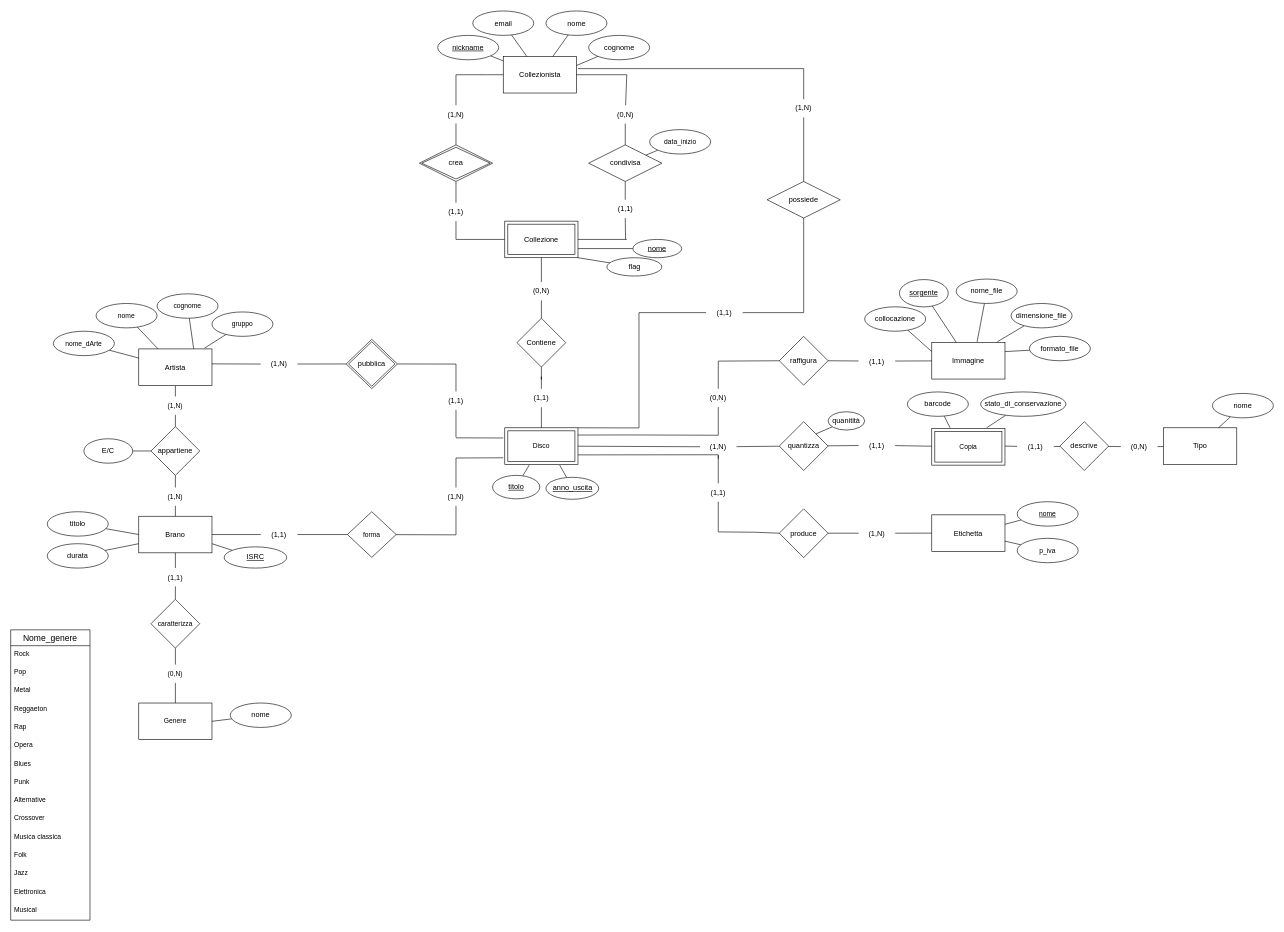
Above: page "Ristrutturato" (2 of 2) of Collectors_ER.drawio in jessvzz/progetto_collezionisti (draw.io), before the change. Source tidied: cells renumbered, new cells numbered last; positions are measured from the earlier drawing's top-left corner, leaving out a move shared by most shapes. Both pictures are drawn from the tidied source at 61%, with x=0, y=0 at pixel (10, 11).
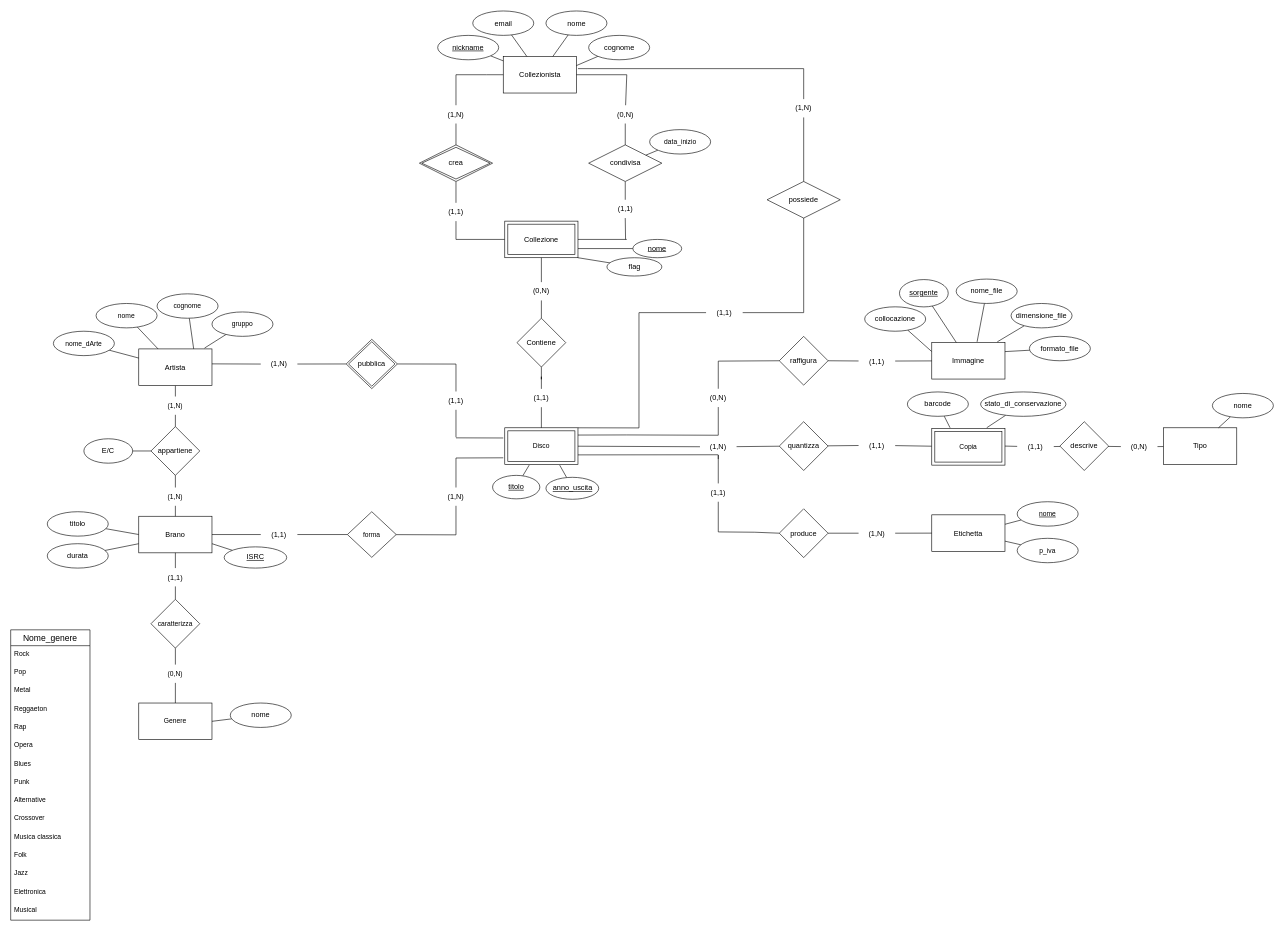
After the change.

Unchanged cells that the change refers to:
```xml
<mxCell id="90" value="quantizza" style="rhombus;whiteSpace=wrap;html=1;rounded=0;" parent="1" vertex="1">
  <mxGeometry x="1260" y="672.8" width="80" height="80" as="geometry" />
</mxCell>
```

What changed in the source:
```diff
@@
-    <mxCell id="92" style="edgeStyle=none;shape=connector;rounded=0;sketch=0;jettySize=auto;html=1;entryX=1;entryY=0;entryDx=0;entryDy=0;shadow=0;labelBackgroundColor=default;strokeColor=default;fontFamily=Helvetica;fontSize=11;fontColor=default;endArrow=none;endFill=0;elbow=vertical;" parent="1" edge="1" source="93" target="90">
-      <mxGeometry relative="1" as="geometry" />
-    </mxCell>
-    <mxCell id="93" value="quanitità" style="ellipse;whiteSpace=wrap;html=1;align=center;" parent="1" vertex="1">
-      <mxGeometry x="1340" y="656.5" width="60" height="30" as="geometry" />
-    </mxCell>
```
